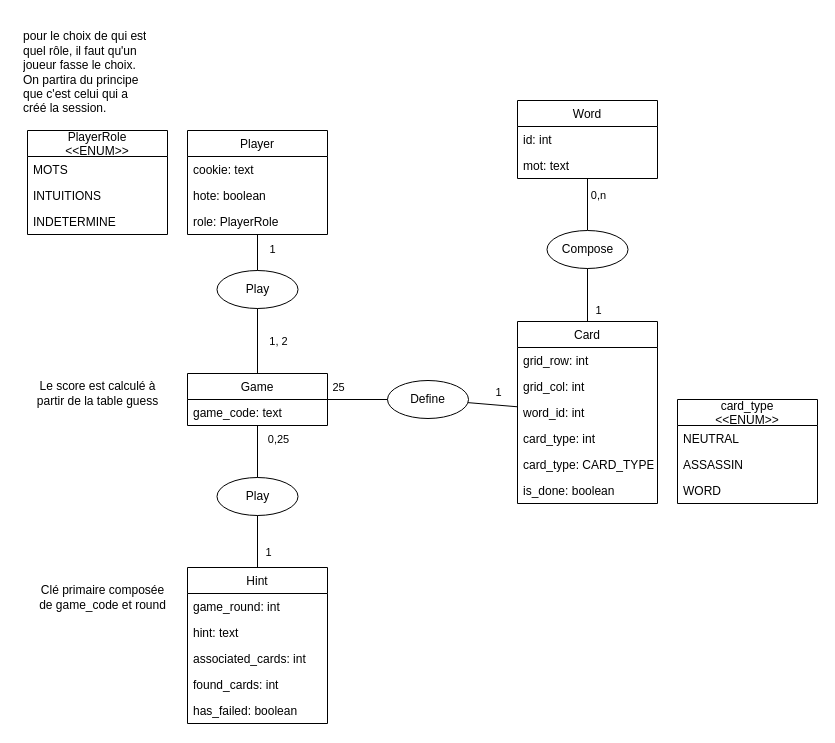
Earlier version of the draw.io diagram page "entité-relations" (1 of 2) of conception.drawio (ArnoBidet/PolyNames). Source tidied: cells renumbered, new cells numbered last; positions are measured from the earlier drawing's top-left corner, leaving out a move shared by most shapes. Both pictures are drawn from the tidied source at 100%, with x=0, y=0 at pixel (17, 17).
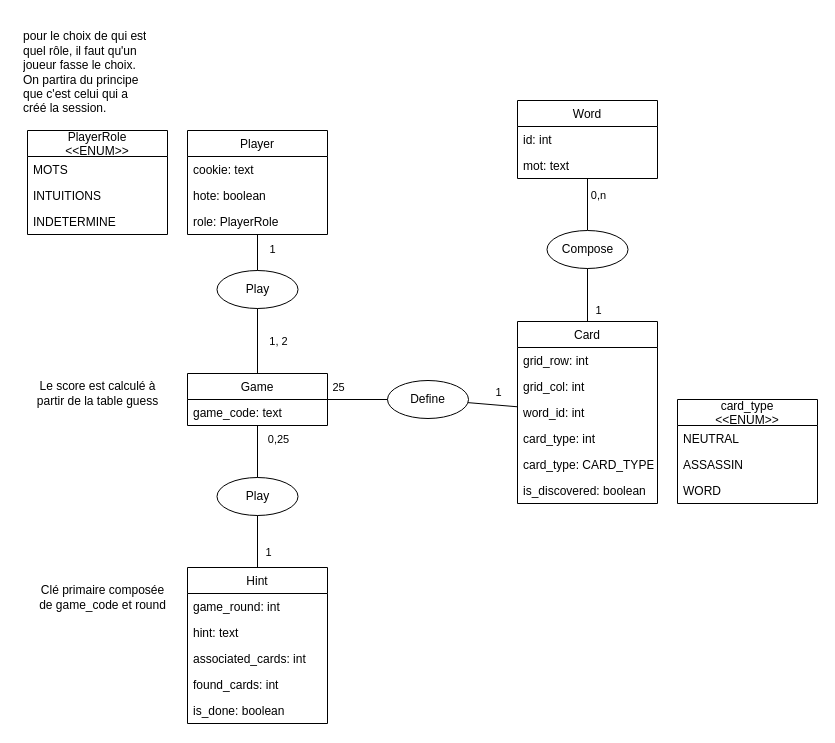
After the change.

Unchanged cells that the change refers to:
```xml
<mxCell id="2" value="Card" style="swimlane;fontStyle=0;horizontal=1;startSize=26;fillColor=none;" parent="1" vertex="1">
  <mxGeometry x="500" y="304" width="140" height="182" as="geometry" />
</mxCell>
<mxCell id="38" value="Hint" style="swimlane;fontStyle=0;horizontal=1;startSize=26;fillColor=none;" parent="1" vertex="1">
  <mxGeometry x="170" y="550" width="140" height="156" as="geometry" />
</mxCell>
```

Change to the diagram source:
```diff
@@
-    <mxCell id="8" value="is_done: boolean" style="text;strokeColor=none;fillColor=none;align=left;verticalAlign=top;spacingLeft=4;spacingRight=4;overflow=hidden;" parent="2" vertex="1">
+    <mxCell id="8" value="is_discovered: boolean" style="text;strokeColor=none;fillColor=none;align=left;verticalAlign=top;spacingLeft=4;spacingRight=4;overflow=hidden;" parent="2" vertex="1">
       <mxGeometry y="156" width="140" height="26" as="geometry" />
     </mxCell>
@@
-    <mxCell id="43" value="has_failed: boolean" style="text;strokeColor=none;fillColor=none;align=left;verticalAlign=top;spacingLeft=4;spacingRight=4;overflow=hidden;" parent="38" vertex="1">
+    <mxCell id="43" value="is_done: boolean" style="text;strokeColor=none;fillColor=none;align=left;verticalAlign=top;spacingLeft=4;spacingRight=4;overflow=hidden;" parent="38" vertex="1">
       <mxGeometry y="130" width="140" height="26" as="geometry" />
     </mxCell>
```
